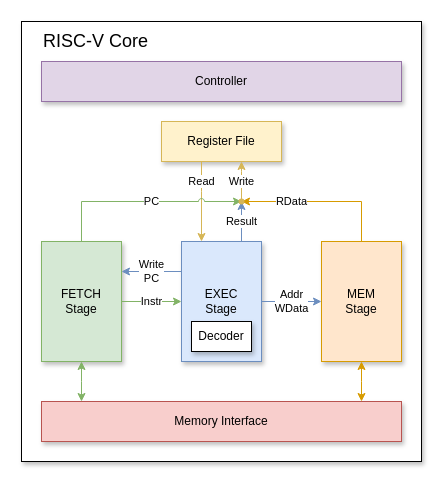
Above: doc/drawio/block-diagram.drawio in minhcly95/riscv_machine (draw.io), before the change. Source tidied: cells renumbered, new cells numbered last; positions are measured from the earlier drawing's top-left corner, leaving out a move shared by most shapes. Both pictures are drawn from the tidied source at 100%, with x=0, y=0 at pixel (21, 21).
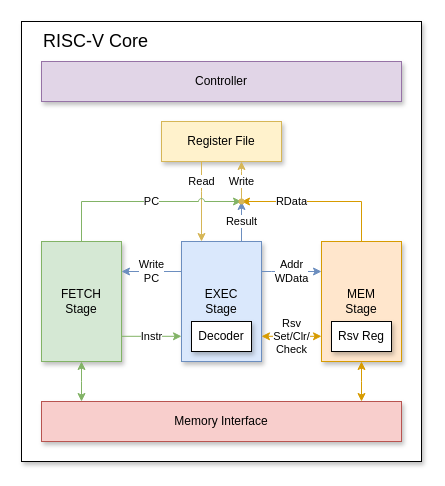
Above is the later version.

Unchanged cells that the change refers to:
```xml
<mxCell id="3" value="FETCH&lt;br&gt;Stage" style="rounded=0;whiteSpace=wrap;html=1;fillColor=#d5e8d4;strokeColor=#82b366;shadow=1;" parent="1" vertex="1">
  <mxGeometry x="20" y="220" width="80" height="120" as="geometry" />
</mxCell>
<mxCell id="4" value="EXEC&lt;br&gt;Stage" style="rounded=0;whiteSpace=wrap;html=1;fillColor=#dae8fc;strokeColor=#6c8ebf;shadow=1;" parent="1" vertex="1">
  <mxGeometry x="160" y="220" width="80" height="120" as="geometry" />
</mxCell>
<mxCell id="5" value="MEM&lt;br&gt;Stage" style="rounded=0;whiteSpace=wrap;html=1;fillColor=#ffe6cc;strokeColor=#d79b00;shadow=1;" parent="1" vertex="1">
  <mxGeometry x="300" y="220" width="80" height="120" as="geometry" />
</mxCell>
```

Diff of the diagram source:
```diff
@@
-    <mxCell id="8" value="Instr" style="edgeStyle=orthogonalEdgeStyle;rounded=0;jettySize=auto;html=1;fillColor=#d5e8d4;strokeColor=#82b366;" parent="1" edge="1" source="3" target="4">
-      <mxGeometry relative="1" as="geometry" />
+    <mxCell id="8" value="Instr" style="edgeStyle=orthogonalEdgeStyle;rounded=0;orthogonalLoop=1;jettySize=auto;html=1;fillColor=#d5e8d4;strokeColor=#82b366;" parent="1" edge="1">
+      <mxGeometry relative="1" as="geometry">
+        <mxPoint x="100" y="314.8" as="sourcePoint" />
+        <mxPoint x="160" y="314.8" as="targetPoint" />
+      </mxGeometry>
     </mxCell>
@@
     <mxCell id="10" value="Addr&lt;br&gt;WData" style="edgeStyle=orthogonalEdgeStyle;rounded=0;jettySize=auto;html=1;fillColor=#dae8fc;strokeColor=#6c8ebf;" parent="1" edge="1" source="4" target="5">
-      <mxGeometry relative="1" as="geometry" />
+      <mxGeometry relative="1" as="geometry">
+        <Array as="points">
+          <mxPoint x="250" y="250" />
+          <mxPoint x="250" y="250" />
+        </Array>
+      </mxGeometry>
     </mxCell>
@@
+    <mxCell id="22" value="Rsv&lt;br&gt;Set/Clr/&lt;br&gt;Check" style="edgeStyle=orthogonalEdgeStyle;rounded=0;orthogonalLoop=1;jettySize=auto;html=1;fillColor=#ffe6cc;strokeColor=#d79b00;startArrow=classic;startFill=1;" parent="1" edge="1">
+      <mxGeometry relative="1" as="geometry">
+        <mxPoint x="240" y="314.8" as="sourcePoint" />
+        <mxPoint x="300" y="314.8" as="targetPoint" />
+      </mxGeometry>
+    </mxCell>
+    <mxCell id="23" value="Rsv Reg" style="rounded=0;whiteSpace=wrap;html=1;shadow=1;" parent="1" vertex="1">
+      <mxGeometry x="310" y="300" width="60" height="30" as="geometry" />
+    </mxCell>
```
